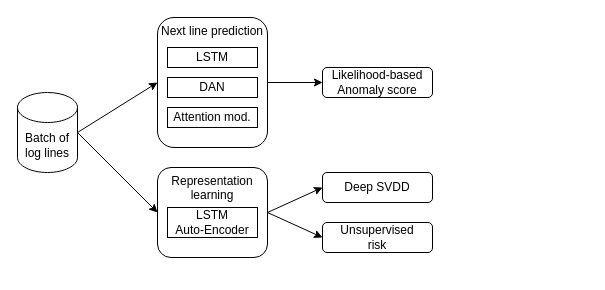
cerisara/draws keeps this draw.io diagram as papudUC4.drawio. Above is the earlier version. Source tidied: cells renumbered, new cells numbered last; positions are measured from the earlier drawing's top-left corner, leaving out a move shared by most shapes. Both pictures are drawn from the tidied source at 100%, with x=0, y=0 at pixel (17, 17).
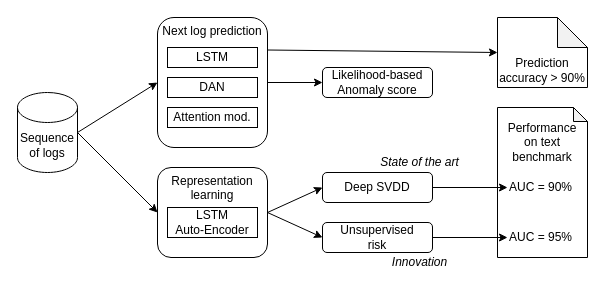
After the change.

Unchanged cells that the change refers to:
```xml
<mxCell id="5" value="Deep SVDD" style="rounded=1;whiteSpace=wrap;html=1;" parent="1" vertex="1">
  <mxGeometry x="305" y="155" width="110" height="30" as="geometry" />
</mxCell>
<mxCell id="10" value="Unsupervised&lt;br&gt;risk" style="rounded=1;whiteSpace=wrap;html=1;" parent="1" vertex="1">
  <mxGeometry x="305" y="205" width="110" height="30" as="geometry" />
</mxCell>
```

Diff of the diagram source:
```diff
@@
-    <mxCell id="2" value="Next line prediction" style="rounded=1;whiteSpace=wrap;html=1;noLabel=0;portConstraint=none;verticalAlign=top;" parent="1" vertex="1">
+    <mxCell id="2" value="Next log prediction" style="rounded=1;whiteSpace=wrap;html=1;noLabel=0;portConstraint=none;verticalAlign=top;" parent="1" vertex="1">
       <mxGeometry x="140" width="110" height="130" as="geometry" />
     </mxCell>
@@
-    <mxCell id="11" value="Batch of log lines" style="shape=cylinder3;whiteSpace=wrap;html=1;boundedLbl=1;backgroundOutline=1;size=15;" parent="1" vertex="1">
+    <mxCell id="11" value="Sequence of logs" style="shape=cylinder3;whiteSpace=wrap;html=1;boundedLbl=1;backgroundOutline=1;size=15;" parent="1" vertex="1">
       <mxGeometry y="75" width="60" height="80" as="geometry" />
     </mxCell>
@@
+    <mxCell id="17" value="Prediction accuracy &amp;gt; 90%" style="shape=note;whiteSpace=wrap;html=1;backgroundOutline=1;darkOpacity=0.05;verticalAlign=bottom;" parent="1" vertex="1">
+      <mxGeometry x="480" width="90" height="70" as="geometry" />
+    </mxCell>
+    <mxCell id="18" style="endArrow=classic;html=1;exitX=1;exitY=0.25;exitDx=0;exitDy=0;entryX=0;entryY=0.5;entryDx=0;entryDy=0;entryPerimeter=0;" parent="1" edge="1" source="2" target="17">
+      <mxGeometry relative="1" as="geometry" />
+    </mxCell>
+    <mxCell id="19" style="shape=note;whiteSpace=wrap;html=1;backgroundOutline=1;darkOpacity=0.05;size=14;" parent="1" vertex="1">
+      <mxGeometry x="480" y="90" width="90" height="150" as="geometry" />
+    </mxCell>
+    <mxCell id="20" value="AUC = 90%" style="text;html=1;strokeColor=none;fillColor=none;align=left;verticalAlign=middle;whiteSpace=wrap;rounded=0;" parent="1" vertex="1">
+      <mxGeometry x="490" y="160" width="70" height="20" as="geometry" />
+    </mxCell>
+    <mxCell id="21" value="AUC = 95%" style="text;html=1;strokeColor=none;fillColor=none;align=left;verticalAlign=middle;whiteSpace=wrap;rounded=0;" parent="1" vertex="1">
+      <mxGeometry x="490" y="210" width="70" height="20" as="geometry" />
+    </mxCell>
+    <mxCell id="22" value="&lt;div align=&quot;center&quot;&gt;Performance on text benchmark&lt;br&gt;&lt;/div&gt;" style="text;html=1;strokeColor=none;fillColor=none;align=center;verticalAlign=middle;whiteSpace=wrap;rounded=0;" parent="1" vertex="1">
+      <mxGeometry x="490" y="110" width="70" height="30" as="geometry" />
+    </mxCell>
+    <mxCell id="23" style="endArrow=classic;html=1;exitX=1;exitY=0.5;exitDx=0;exitDy=0;entryX=0;entryY=0.5;entryDx=0;entryDy=0;" parent="1" edge="1" source="5" target="20">
+      <mxGeometry relative="1" as="geometry" />
+    </mxCell>
+    <mxCell id="24" style="endArrow=classic;html=1;exitX=1;exitY=0.5;exitDx=0;exitDy=0;entryX=0;entryY=0.5;entryDx=0;entryDy=0;" parent="1" edge="1" source="10" target="21">
+      <mxGeometry relative="1" as="geometry" />
+    </mxCell>
+    <mxCell id="25" value="&lt;i&gt;State of the art&lt;/i&gt;" style="text;html=1;strokeColor=none;fillColor=none;align=center;verticalAlign=middle;whiteSpace=wrap;rounded=0;" parent="1" vertex="1">
+      <mxGeometry x="360" y="135" width="85" height="20" as="geometry" />
+    </mxCell>
+    <mxCell id="26" value="&lt;i&gt;Innovation&lt;/i&gt;" style="text;html=1;strokeColor=none;fillColor=none;align=center;verticalAlign=middle;whiteSpace=wrap;rounded=0;" parent="1" vertex="1">
+      <mxGeometry x="360" y="235" width="85" height="20" as="geometry" />
+    </mxCell>
```
